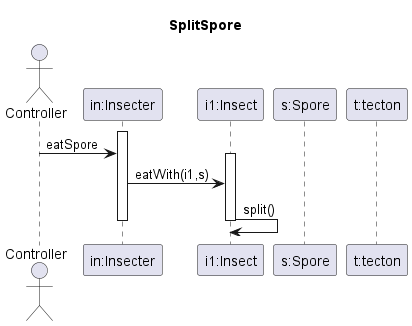
Earlier version of the PlantUML export out/7/sequences/splitSpore/splitSpore.png (Petya-G/fungorium). The source it was exported from:
```plantuml
@startuml splitSpore
title SplitSpore
actor Controller
participant "in:Insecter" as In
participant "i1:Insect" as I
participant "s:Spore" as S
participant "t:tecton" as T

activate In
Controller->In: eatSpore
activate I
In-> I: eatWith(i1,s)
I->I : split()
deactivate I
deactivate In

@enduml
```
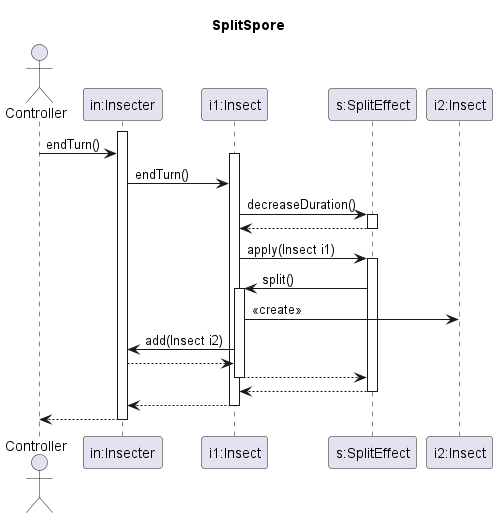
Above is the later version.

The edit, as a diff of the source:
```diff
@@ -1,17 +1,46 @@
 @startuml splitSpore
+
+
 title SplitSpore
 actor Controller
 participant "in:Insecter" as In
 participant "i1:Insect" as I
-participant "s:Spore" as S
-participant "t:tecton" as T
+
+participant "s:SplitEffect" as S
+participant "i2:Insect" as I2
 
 activate In
-Controller->In: eatSpore
+Controller->In: endTurn()
 activate I
-In-> I: eatWith(i1,s)
-I->I : split()
+In-> I: endTurn()
+I->S : decreaseDuration()
+activate S
+
+S-->I
+deactivate S
+
+I->S : apply(Insect i1)
+activate S
+
+S->I : split()
+activate I
+
+I -> I2 : <<create>>
+I -> In : add(Insect i2)
+In --> I
+
+I-->S
 deactivate I
+
+S-->I
+deactivate S
+
+I --> In
+
+deactivate I
+In --> Controller
 deactivate In
 
+
+
 @enduml
```
